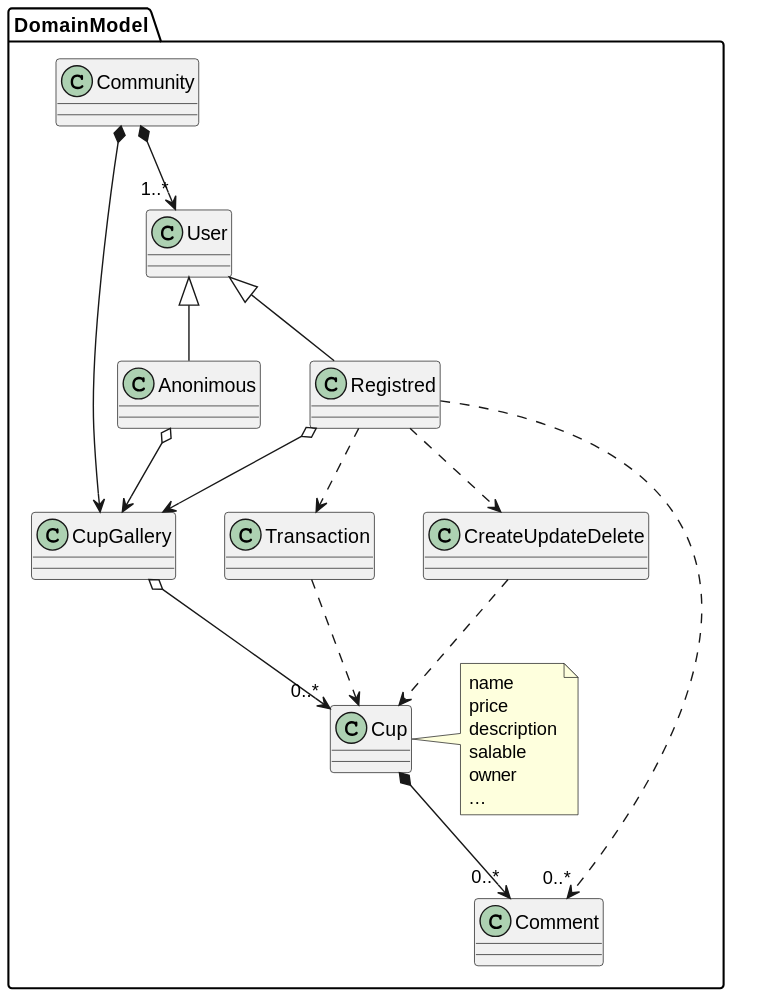
This is out/documentation/uml/domainModel/domainModel.svg from jumpering/fanaticupsFront, a PlantUML export, as it was before one commit.
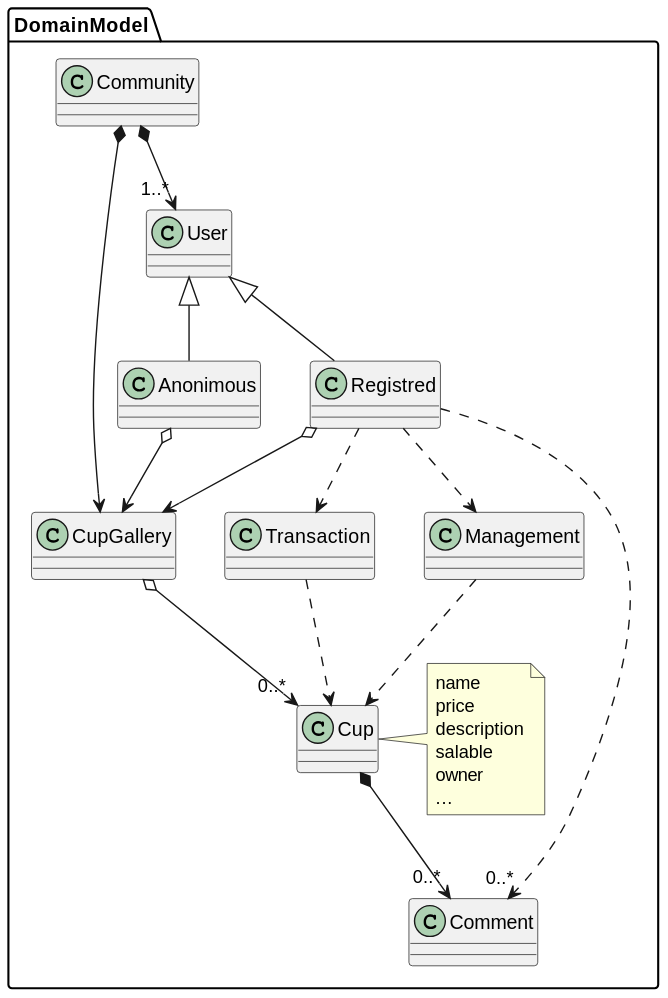
After the commit.

Commit message:
refactor uml, auth

Diff of the diagram source:
```diff
@@ -9,7 +9,7 @@
 note left: name\nprice\ndescription\nsalable\nowner\n...
 class Comment
 class Transaction
-class CreateUpdateDelete
+class Management
 Community *-->"1..*" User
 Community *--> CupGallery
 CupGallery o-->"0..*" Cup
@@ -20,8 +20,8 @@
 User  <|-- Anonimous
 Registred ..> Transaction
 Registred ..>"0..*" Comment
-Registred ..> CreateUpdateDelete
-CreateUpdateDelete ..> Cup
+Registred ..> Management
+Management ..> Cup
 Transaction ..>Cup
 }
 @enduml
```
